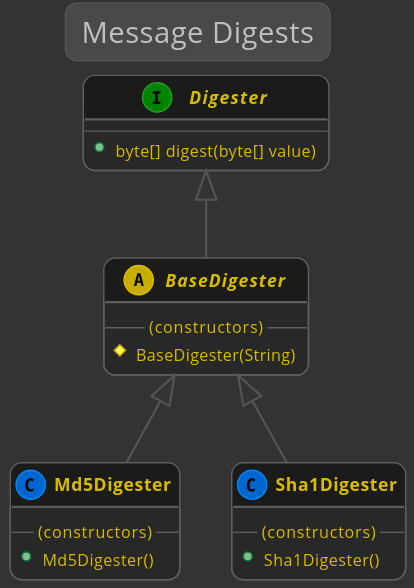
Earlier version of the PlantUML export kivakit-core/security/documentation/diagrams/diagram-security-digest.svg (Telenav/kivakit). Its diagram source:
```plantuml
@startuml

    !include ../lexakai/lexakai.theme

    title "Message Digests"

    abstract BaseDigester

    interface Digester

    Digester <|-- BaseDigester
    abstract class BaseDigester
    {
        --(constructors)--
        #BaseDigester(String)
    }

    interface Digester
    {
        --
        +byte[] digest(byte[] value)
    }

    BaseDigester <|-- Md5Digester
    class Md5Digester
    {
        --(constructors)--
        +Md5Digester()
    }

    BaseDigester <|-- Sha1Digester
    class Sha1Digester
    {
        --(constructors)--
        +Sha1Digester()
    }

@enduml
```
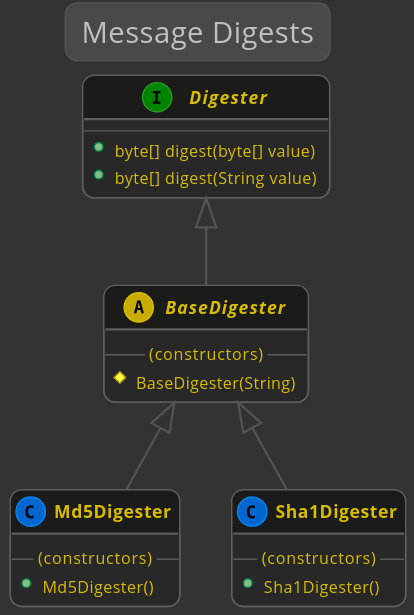
The same diagram one commit later.

The edit, as a diff of the source:
```diff
@@ -19,6 +19,7 @@
     {
         --
         +byte[] digest(byte[] value)
+        +byte[] digest(String value)
     }
 
     BaseDigester <|-- Md5Digester
```
